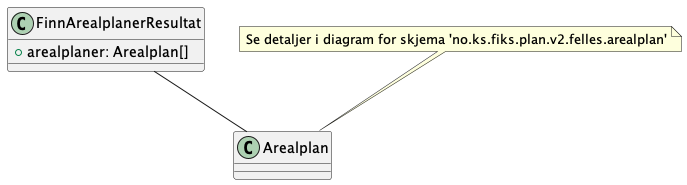
Earlier version of the PlantUML export Dokumentasjon/V2/ClassDiagrams/no.ks.fiks.plan.v2.innsyn.arealplaner.finn.resultat/arealplaner-finn-resultat.png (ks-no/fiks-plan-specification). Source of this version:
```plantuml
@startuml

class FinnArealplanerResultat {
    +arealplaner: Arealplan[]
}

FinnArealplanerResultat -- Arealplan

note top of Arealplan : Se detaljer i diagram for skjema 'no.ks.fiks.plan.v2.felles.arealplan'

@enduml
```
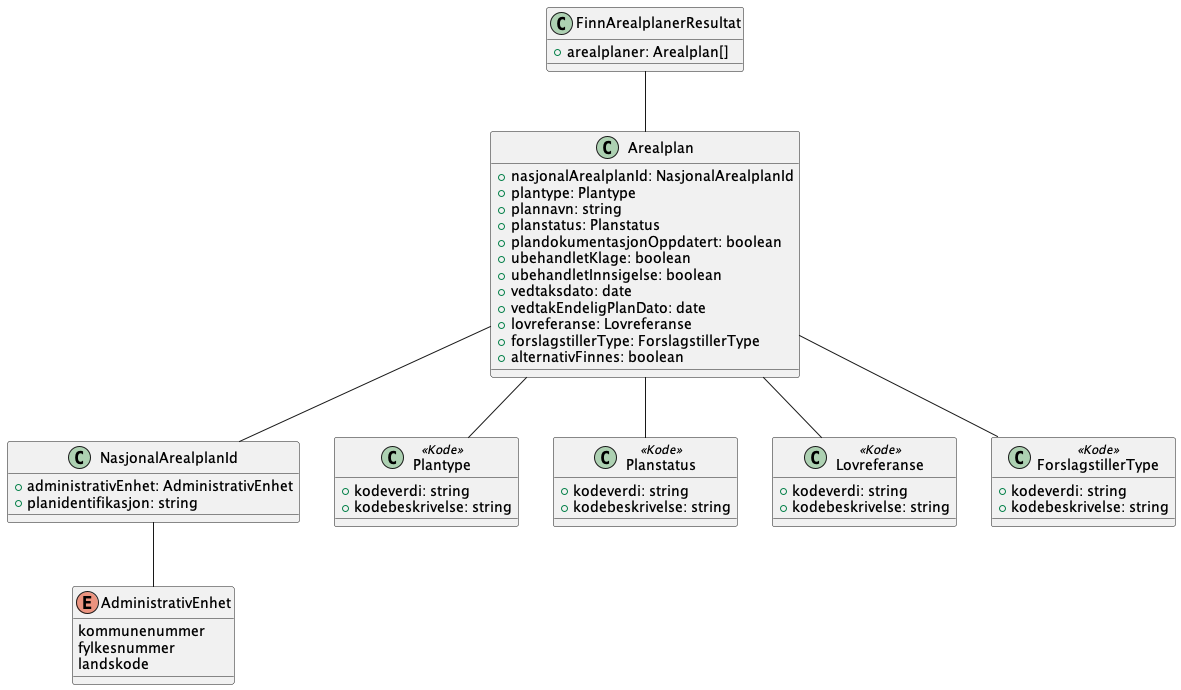
After the commit.

Change to the diagram source:
```diff
@@ -1,4 +1,5 @@
 @startuml
+!include ./../no.ks.fiks.plan.v2.felles.arealplan/arealplan.pu
 
 class FinnArealplanerResultat {
     +arealplaner: Arealplan[]
@@ -6,6 +7,4 @@
 
 FinnArealplanerResultat -- Arealplan
 
-note top of Arealplan : Se detaljer i diagram for skjema 'no.ks.fiks.plan.v2.felles.arealplan'
-
 @enduml
```
